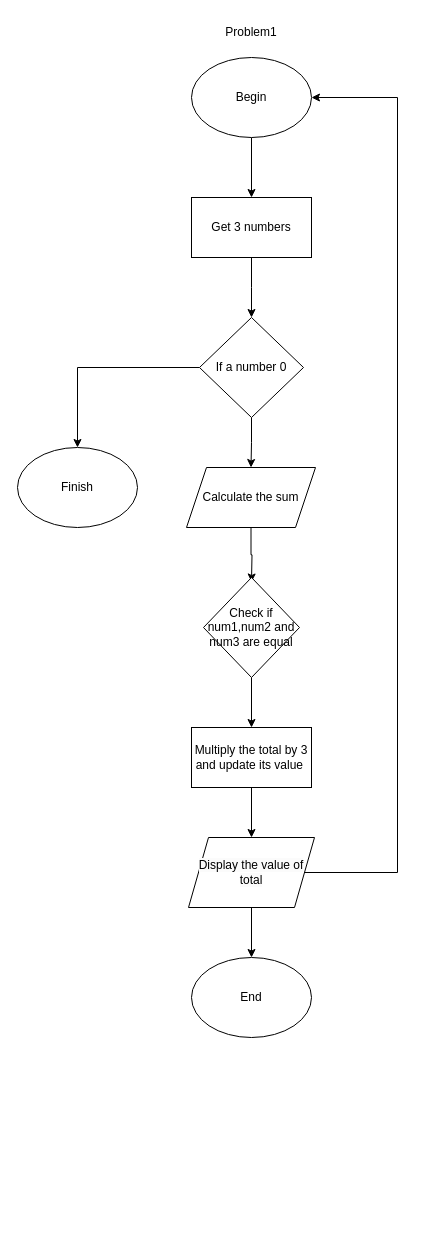
Earlier version of the draw.io diagram Başlıksız Diyagram.drawio (KaXaBlanka/python-assignment). Source tidied: cells renumbered, new cells numbered last; positions are measured from the earlier drawing's top-left corner, leaving out a move shared by most shapes. Both pictures are drawn from the tidied source at 100%, with x=0, y=0 at pixel (17, 17).
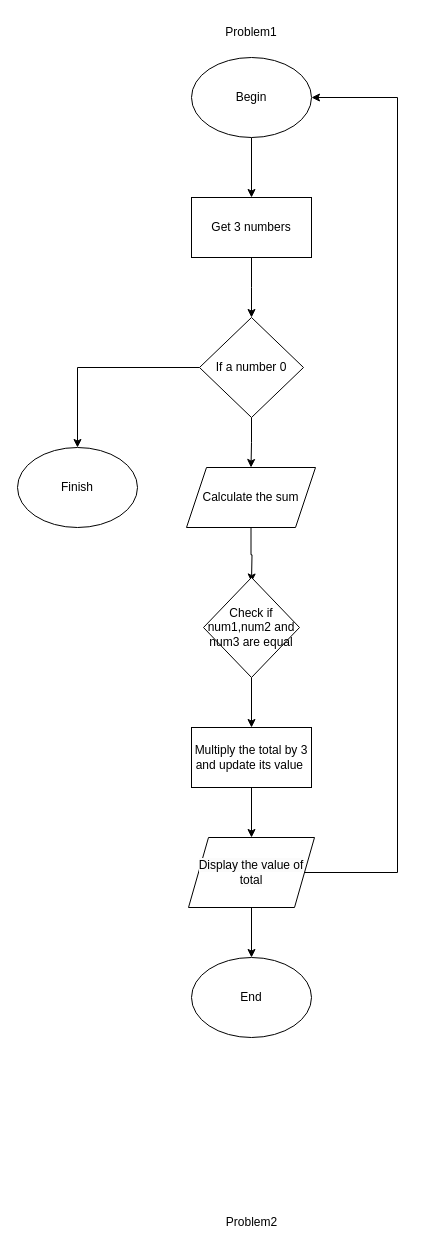
Above is the later version.

The edit, as a diff of the source:
```diff
@@
+    <mxCell id="21" value="Problem2" style="text;html=1;align=center;verticalAlign=middle;strokeColor=none;fillColor=none;" parent="1" vertex="1">
+      <mxGeometry x="199" y="1190" width="70" height="30" as="geometry" />
+    </mxCell>
```
